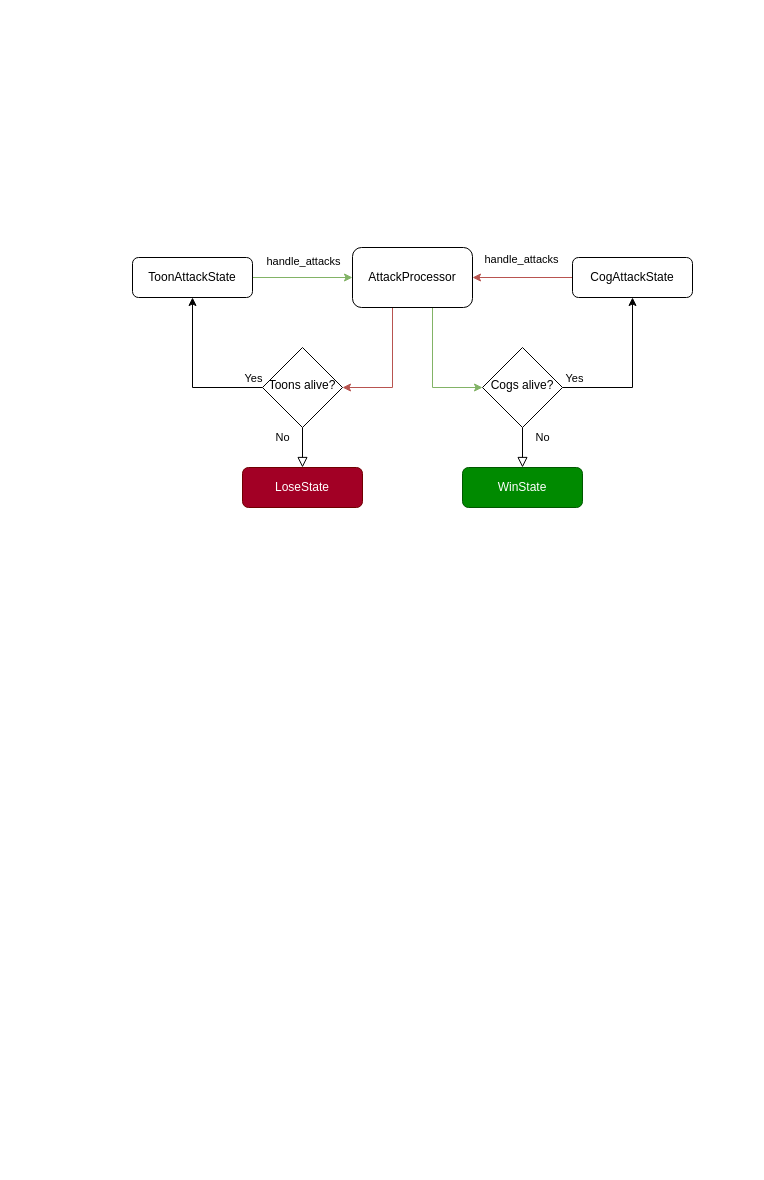
nosas/OmniToon keeps this draw.io diagram as battle_flowchart.drawio. Above is the earlier version. Source tidied: cells renumbered, new cells numbered last; positions are measured from the earlier drawing's top-left corner, leaving out a move shared by most shapes. Both pictures are drawn from the tidied source at 100%, with x=0, y=0 at pixel (132, 247).
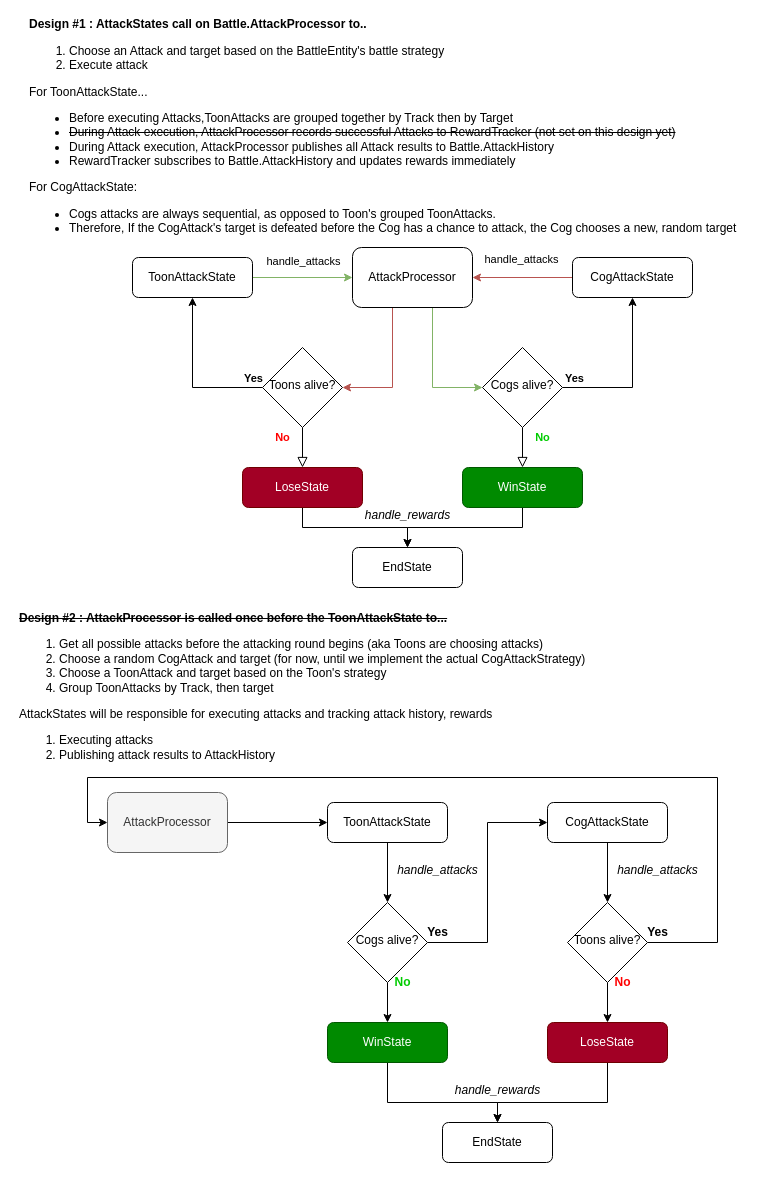
The same page after the edit.

Commit message:
Improve battle_flowchart with documentation

- Created, and rejected, an additional battle flow design

The change refers to these unchanged cells:
```xml
<mxCell id="5" style="edgeStyle=orthogonalEdgeStyle;rounded=0;jettySize=auto;html=1;exitX=1;exitY=0.5;exitDx=0;exitDy=0;" parent="1" edge="1" source="7" target="13">
  <mxGeometry relative="1" as="geometry" />
</mxCell>
<mxCell id="7" value="&lt;div&gt;Cogs alive?&lt;/div&gt;" style="rhombus;whiteSpace=wrap;html=1;shadow=0;fontFamily=Helvetica;fontSize=12;align=center;strokeWidth=1;spacing=6;spacingTop=-4;" parent="1" vertex="1">
  <mxGeometry x="350" y="100" width="80" height="80" as="geometry" />
</mxCell>
<mxCell id="8" value="WinState" style="rounded=1;whiteSpace=wrap;html=1;fontSize=12;glass=0;strokeWidth=1;shadow=0;fillColor=#008a00;strokeColor=#005700;fontColor=#ffffff;" parent="1" vertex="1">
  <mxGeometry x="330" y="220" width="120" height="40" as="geometry" />
</mxCell>
<mxCell id="18" value="&lt;div&gt;Toons alive?&lt;/div&gt;" style="rhombus;whiteSpace=wrap;html=1;shadow=0;fontFamily=Helvetica;fontSize=12;align=center;strokeWidth=1;spacing=6;spacingTop=-4;" parent="1" vertex="1">
  <mxGeometry x="130" y="100" width="80" height="80" as="geometry" />
</mxCell>
<mxCell id="19" value="LoseState" style="rounded=1;whiteSpace=wrap;html=1;fontSize=12;glass=0;strokeWidth=1;shadow=0;fillColor=#a20025;strokeColor=#6F0000;fontColor=#ffffff;" parent="1" vertex="1">
  <mxGeometry x="110" y="220" width="120" height="40" as="geometry" />
</mxCell>
```

What changed in the source:
```diff
@@
-    <mxCell id="4" value="No" style="edgeStyle=orthogonalEdgeStyle;rounded=0;html=1;jettySize=auto;fontSize=11;endArrow=block;endFill=0;endSize=8;strokeWidth=1;shadow=0;labelBackgroundColor=none;exitX=0.5;exitY=1;exitDx=0;exitDy=0;" parent="1" edge="1" source="7" target="8">
+    <mxCell id="4" value="&lt;font color=&quot;#00CC00&quot;&gt;No&lt;/font&gt;" style="edgeStyle=orthogonalEdgeStyle;rounded=0;html=1;jettySize=auto;fontSize=11;endArrow=block;endFill=0;endSize=8;strokeWidth=1;shadow=0;labelBackgroundColor=none;exitX=0.5;exitY=1;exitDx=0;exitDy=0;fontStyle=1;" parent="1" edge="1" source="7" target="8">
       <mxGeometry x="-0.5" y="20" relative="1" as="geometry" />
     </mxCell>
@@
-    <mxCell id="6" value="&lt;div&gt;Yes&lt;/div&gt;" style="edgeLabel;html=1;align=center;verticalAlign=middle;" parent="5" vertex="1">
+    <mxCell id="6" value="&lt;div&gt;Yes&lt;/div&gt;" style="edgeLabel;html=1;align=center;verticalAlign=middle;fontStyle=1;" parent="5" vertex="1">
       <mxGeometry x="-0.73" y="3" relative="1" as="geometry">
         <mxPoint x="-11" y="-7" as="offset" />
       </mxGeometry>
     </mxCell>
@@
+    <mxCell id="21" style="edgeStyle=orthogonalEdgeStyle;rounded=0;jettySize=auto;html=1;entryX=0.5;entryY=0;entryDx=0;entryDy=0;fontColor=#FF0000;" parent="1" edge="1" source="8" target="49">
+      <mxGeometry relative="1" as="geometry" />
+    </mxCell>
@@
-    <mxCell id="16" value="No" style="edgeStyle=orthogonalEdgeStyle;rounded=0;html=1;jettySize=auto;fontSize=11;endArrow=block;endFill=0;endSize=8;strokeWidth=1;shadow=0;labelBackgroundColor=none;exitX=0.5;exitY=1;exitDx=0;exitDy=0;" parent="1" edge="1" source="18" target="19">
+    <mxCell id="16" value="&lt;font color=&quot;#FF0000&quot;&gt;No&lt;/font&gt;" style="edgeStyle=orthogonalEdgeStyle;rounded=0;html=1;jettySize=auto;fontSize=11;endArrow=block;endFill=0;endSize=8;strokeWidth=1;shadow=0;labelBackgroundColor=none;exitX=0.5;exitY=1;exitDx=0;exitDy=0;fontStyle=1;" parent="1" edge="1" source="18" target="19">
       <mxGeometry x="-0.5" y="-20" relative="1" as="geometry" />
     </mxCell>
@@
+    <mxCell id="22" style="edgeStyle=orthogonalEdgeStyle;rounded=0;jettySize=auto;html=1;entryX=0.5;entryY=0;entryDx=0;entryDy=0;fontColor=#FF0000;" parent="1" edge="1" source="19" target="49">
+      <mxGeometry relative="1" as="geometry" />
+    </mxCell>
@@
-    <mxCell id="20" value="&lt;div&gt;Yes&lt;/div&gt;" style="edgeLabel;html=1;align=center;verticalAlign=middle;" parent="1" vertex="1">
+    <mxCell id="20" value="&lt;div&gt;Yes&lt;/div&gt;" style="edgeLabel;html=1;align=center;verticalAlign=middle;fontStyle=1;" parent="1" vertex="1">
       <mxGeometry x="120" y="130" as="geometry" />
     </mxCell>
+    <mxCell id="23" value="&lt;div align=&quot;left&quot;&gt;&lt;b&gt;Design #1 : AttackStates call on Battle.AttackProcessor to..&lt;/b&gt;&lt;/div&gt;&lt;div&gt;&lt;div&gt;&lt;ol&gt;&lt;li&gt;Choose an Attack and target based on the BattleEntity's battle strategy&lt;/li&gt;&lt;li&gt;Execute attack&lt;/li&gt;&lt;/ol&gt;&lt;div align=&quot;left&quot;&gt;For ToonAttackState&lt;span&gt;...&lt;/span&gt;&lt;/div&gt;&lt;div align=&quot;left&quot;&gt;&lt;ul&gt;&lt;li&gt;Before executing Attacks,ToonAttacks are grouped together by Track then by Target&lt;/li&gt;&lt;li&gt;&lt;strike&gt;During Attack execution, AttackProcessor records successful Attacks to RewardTracker (not set on this design yet)&lt;/strike&gt;&lt;/li&gt;&lt;li&gt;During Attack execution, AttackProcessor publishes all Attack results to Battle.AttackHistory&lt;span style=&quot;white-space: pre&quot;&gt;&#9;&lt;/span&gt;&lt;/li&gt;&lt;li&gt;RewardTracker subscribes to Battle.AttackHistory and updates rewards immediately&lt;/li&gt;&lt;/ul&gt;&lt;div&gt;For CogAttackState:&lt;/div&gt;&lt;div&gt;&lt;ul&gt;&lt;li&gt;Cogs attacks are always sequential, as opposed to Toon's grouped ToonAttacks.&lt;/li&gt;&lt;li&gt;Therefore, If the CogAttack's target is defeated before the Cog has a chance to attack, the Cog chooses a new, random target&lt;/li&gt;&lt;/ul&gt;&lt;/div&gt;&lt;/div&gt;&lt;/div&gt;&lt;/div&gt;" style="text;html=1;align=left;verticalAlign=middle;strokeColor=none;shadow=0;" parent="1" vertex="1">
+      <mxGeometry x="-105" y="-230" width="720" height="230" as="geometry" />
+    </mxCell>
+    <mxCell id="24" style="edgeStyle=orthogonalEdgeStyle;rounded=0;jettySize=auto;html=1;" parent="1" edge="1" source="25" target="27">
+      <mxGeometry relative="1" as="geometry" />
+    </mxCell>
+    <mxCell id="25" value="&lt;div&gt;AttackProcessor&lt;/div&gt;" style="whiteSpace=wrap;html=1;rounded=1;shadow=0;strokeWidth=1;glass=0;fillColor=#f5f5f5;strokeColor=#666666;fontColor=#333333;" parent="1" vertex="1">
+      <mxGeometry x="-25" y="545" width="120" height="60" as="geometry" />
+    </mxCell>
+    <mxCell id="26" style="edgeStyle=orthogonalEdgeStyle;rounded=0;jettySize=auto;html=1;entryX=0.5;entryY=0;entryDx=0;entryDy=0;fontColor=#FF0000;" parent="1" edge="1" source="27" target="30">
+      <mxGeometry relative="1" as="geometry" />
+    </mxCell>
+    <mxCell id="27" value="&lt;div&gt;ToonAttackState&lt;br&gt;&lt;/div&gt;" style="rounded=1;whiteSpace=wrap;html=1;fontSize=12;glass=0;strokeWidth=1;shadow=0;" parent="1" vertex="1">
+      <mxGeometry x="195" y="555" width="120" height="40" as="geometry" />
+    </mxCell>
+    <mxCell id="28" style="edgeStyle=orthogonalEdgeStyle;rounded=0;jettySize=auto;html=1;entryX=0;entryY=0.5;entryDx=0;entryDy=0;fontColor=#FF0000;" parent="1" edge="1" source="30" target="35">
+      <mxGeometry relative="1" as="geometry" />
+    </mxCell>
+    <mxCell id="29" style="edgeStyle=orthogonalEdgeStyle;rounded=0;jettySize=auto;html=1;entryX=0.5;entryY=0;entryDx=0;entryDy=0;fontColor=#FF0000;" parent="1" edge="1" source="30" target="32">
+      <mxGeometry relative="1" as="geometry" />
+    </mxCell>
+    <mxCell id="30" value="&lt;div&gt;Cogs alive?&lt;/div&gt;" style="rhombus;whiteSpace=wrap;html=1;shadow=0;fontFamily=Helvetica;fontSize=12;align=center;strokeWidth=1;spacing=6;spacingTop=-4;" parent="1" vertex="1">
+      <mxGeometry x="215" y="655" width="80" height="80" as="geometry" />
+    </mxCell>
+    <mxCell id="31" style="edgeStyle=orthogonalEdgeStyle;rounded=0;jettySize=auto;html=1;fontColor=#FF0000;" parent="1" edge="1" source="32" target="41">
+      <mxGeometry relative="1" as="geometry">
+        <Array as="points">
+          <mxPoint x="255" y="855" />
+          <mxPoint x="365" y="855" />
+        </Array>
+      </mxGeometry>
+    </mxCell>
+    <mxCell id="32" value="WinState" style="rounded=1;whiteSpace=wrap;html=1;fontSize=12;glass=0;strokeWidth=1;shadow=0;fillColor=#008a00;strokeColor=#005700;fontColor=#ffffff;" parent="1" vertex="1">
+      <mxGeometry x="195" y="775" width="120" height="40" as="geometry" />
+    </mxCell>
+    <mxCell id="33" style="edgeStyle=orthogonalEdgeStyle;rounded=0;jettySize=auto;html=1;entryX=0.5;entryY=0;entryDx=0;entryDy=0;fontColor=#FF0000;" parent="1" edge="1" source="35" target="37">
+      <mxGeometry relative="1" as="geometry" />
+    </mxCell>
+    <mxCell id="34" style="edgeStyle=orthogonalEdgeStyle;rounded=0;jettySize=auto;html=1;entryX=0;entryY=0.5;entryDx=0;entryDy=0;fontColor=#FF0000;exitX=1;exitY=0.5;exitDx=0;exitDy=0;" parent="1" edge="1" source="37" target="25">
+      <mxGeometry relative="1" as="geometry">
+        <Array as="points">
+          <mxPoint x="585" y="695" />
+          <mxPoint x="585" y="530" />
+          <mxPoint x="-45" y="530" />
+          <mxPoint x="-45" y="575" />
+        </Array>
+      </mxGeometry>
+    </mxCell>
+    <mxCell id="35" value="&lt;div&gt;CogAttackState&lt;br&gt;&lt;/div&gt;" style="rounded=1;whiteSpace=wrap;html=1;fontSize=12;glass=0;strokeWidth=1;shadow=0;" parent="1" vertex="1">
+      <mxGeometry x="415" y="555" width="120" height="40" as="geometry" />
+    </mxCell>
+    <mxCell id="36" style="edgeStyle=orthogonalEdgeStyle;rounded=0;jettySize=auto;html=1;entryX=0.5;entryY=0;entryDx=0;entryDy=0;fontColor=#FF0000;" parent="1" edge="1" source="37" target="39">
+      <mxGeometry relative="1" as="geometry" />
+    </mxCell>
+    <mxCell id="37" value="&lt;div&gt;Toons alive?&lt;/div&gt;" style="rhombus;whiteSpace=wrap;html=1;shadow=0;fontFamily=Helvetica;fontSize=12;align=center;strokeWidth=1;spacing=6;spacingTop=-4;" parent="1" vertex="1">
+      <mxGeometry x="435" y="655" width="80" height="80" as="geometry" />
+    </mxCell>
+    <mxCell id="38" style="edgeStyle=orthogonalEdgeStyle;rounded=0;jettySize=auto;html=1;fontColor=#FF0000;" parent="1" edge="1" source="39" target="41">
+      <mxGeometry relative="1" as="geometry">
+        <Array as="points">
+          <mxPoint x="475" y="855" />
+          <mxPoint x="365" y="855" />
+        </Array>
+      </mxGeometry>
+    </mxCell>
+    <mxCell id="39" value="LoseState" style="rounded=1;whiteSpace=wrap;html=1;fontSize=12;glass=0;strokeWidth=1;shadow=0;fillColor=#a20025;strokeColor=#6F0000;fontColor=#ffffff;" parent="1" vertex="1">
+      <mxGeometry x="415" y="775" width="120" height="40" as="geometry" />
+    </mxCell>
+    <mxCell id="40" value="&lt;div&gt;handle_attacks&lt;/div&gt;&lt;div&gt;&lt;br&gt;&lt;/div&gt;" style="text;html=1;align=center;verticalAlign=middle;strokeColor=none;fontStyle=2;" parent="1" vertex="1">
+      <mxGeometry x="255" y="615" width="100" height="30" as="geometry" />
+    </mxCell>
+    <mxCell id="41" value="EndState" style="rounded=1;whiteSpace=wrap;html=1;fontSize=12;glass=0;strokeWidth=1;shadow=0;" parent="1" vertex="1">
+      <mxGeometry x="310" y="875" width="110" height="40" as="geometry" />
+    </mxCell>
+    <mxCell id="42" value="&lt;div&gt;Yes&lt;/div&gt;" style="text;html=1;align=center;verticalAlign=middle;strokeColor=none;fontStyle=1;" parent="1" vertex="1">
+      <mxGeometry x="505" y="675" width="40" height="20" as="geometry" />
+    </mxCell>
+    <mxCell id="43" value="&lt;font color=&quot;#00CC00&quot;&gt;No&lt;/font&gt;" style="text;html=1;align=center;verticalAlign=middle;fontStyle=1;" parent="1" vertex="1">
+      <mxGeometry x="255" y="725" width="30" height="20" as="geometry" />
+    </mxCell>
+    <mxCell id="44" value="&lt;div&gt;Yes&lt;/div&gt;" style="text;html=1;align=center;verticalAlign=middle;strokeColor=none;fontStyle=1;" parent="1" vertex="1">
+      <mxGeometry x="285" y="675" width="40" height="20" as="geometry" />
+    </mxCell>
+    <mxCell id="45" value="&lt;div&gt;handle_attacks&lt;/div&gt;&lt;div&gt;&lt;br&gt;&lt;/div&gt;" style="text;html=1;align=center;verticalAlign=middle;strokeColor=none;fontStyle=2;" parent="1" vertex="1">
+      <mxGeometry x="475" y="615" width="100" height="30" as="geometry" />
+    </mxCell>
+    <mxCell id="46" value="&lt;font&gt;No&lt;/font&gt;" style="text;html=1;align=center;verticalAlign=middle;fontStyle=1;fontColor=#FF0000;" parent="1" vertex="1">
+      <mxGeometry x="475" y="725" width="30" height="20" as="geometry" />
+    </mxCell>
+    <mxCell id="47" value="&lt;div&gt;handle_rewards&lt;/div&gt;&lt;div&gt;&lt;br&gt;&lt;/div&gt;" style="text;html=1;align=center;verticalAlign=middle;strokeColor=none;fontStyle=2;" parent="1" vertex="1">
+      <mxGeometry x="315" y="835" width="100" height="30" as="geometry" />
+    </mxCell>
+    <mxCell id="48" value="&lt;div&gt;&lt;b&gt;&lt;strike&gt;Design #2 : AttackProcessor is called once before the ToonAttackState to...&lt;/strike&gt;&lt;br&gt;&lt;/b&gt;&lt;/div&gt;&lt;div&gt;&lt;ol&gt;&lt;li&gt;Get all possible attacks before the attacking round begins (aka Toons are choosing attacks)&lt;/li&gt;&lt;li&gt;Choose a random CogAttack and target (for now, until we implement &lt;span style=&quot;white-space: pre&quot;&gt;&lt;/span&gt;the actual CogAttackStrategy)&lt;/li&gt;&lt;li&gt;Choose a ToonAttack and target based on the Toon's strategy&lt;/li&gt;&lt;li&gt;Group ToonAttacks by Track, then target&lt;/li&gt;&lt;/ol&gt;AttackStates will be responsible for executing attacks and tracking attack history, rewards&lt;br&gt;&lt;ol&gt;&lt;li&gt;Executing attacks&lt;/li&gt;&lt;li&gt;Publishing attack results to AttackHistory&lt;br&gt;&lt;/li&gt;&lt;/ol&gt;&lt;/div&gt;" style="text;html=1;align=left;verticalAlign=middle;strokeColor=none;" parent="1" vertex="1">
+      <mxGeometry x="-115" y="360" width="580" height="170" as="geometry" />
+    </mxCell>
+    <mxCell id="49" value="EndState" style="rounded=1;whiteSpace=wrap;html=1;fontSize=12;glass=0;strokeWidth=1;shadow=0;" parent="1" vertex="1">
+      <mxGeometry x="220" y="300" width="110" height="40" as="geometry" />
+    </mxCell>
+    <mxCell id="50" value="&lt;div&gt;handle_rewards&lt;/div&gt;&lt;div&gt;&lt;br&gt;&lt;/div&gt;" style="text;html=1;align=center;verticalAlign=middle;strokeColor=none;fontStyle=2;" parent="1" vertex="1">
+      <mxGeometry x="225" y="260" width="100" height="30" as="geometry" />
+    </mxCell>
```
